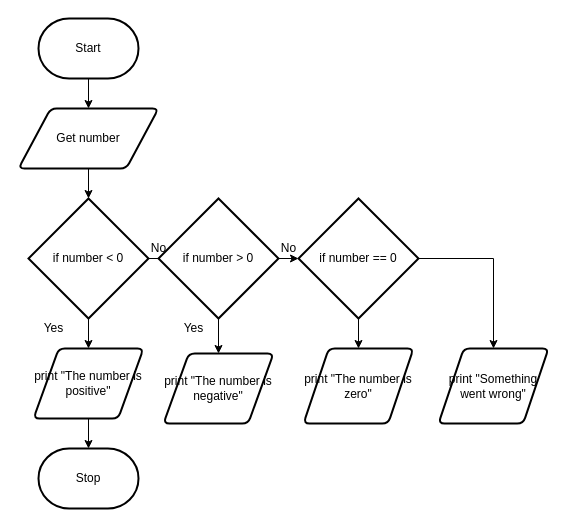
Above: Flowchart.drawio in Peter-Gemmell/ICS3U-Unit3-04-Python (draw.io), before the change. Source tidied: cells renumbered, new cells numbered last; positions are measured from the earlier drawing's top-left corner, leaving out a move shared by most shapes. Both pictures are drawn from the tidied source at 100%, with x=0, y=0 at pixel (18, 18).
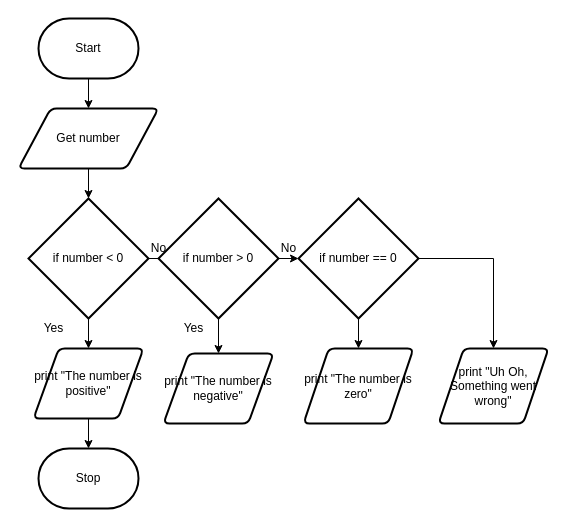
The same page after the edit.

Change to the diagram source:
```diff
@@
-    <mxCell id="24" value="print &quot;Something went wrong&quot;" style="shape=parallelogram;html=1;strokeWidth=2;perimeter=parallelogramPerimeter;whiteSpace=wrap;rounded=1;arcSize=12;size=0.23;" parent="1" vertex="1">
+    <mxCell id="24" value="print &quot;Uh Oh, Something went wrong&quot;" style="shape=parallelogram;html=1;strokeWidth=2;perimeter=parallelogramPerimeter;whiteSpace=wrap;rounded=1;arcSize=12;size=0.23;" parent="1" vertex="1">
       <mxGeometry x="420" y="330" width="110" height="75" as="geometry" />
     </mxCell>
```
